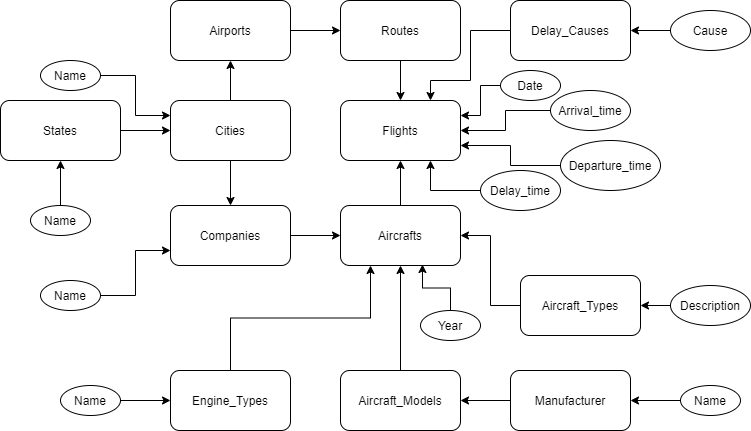
IgorMichels/Database keeps this draw.io diagram as TeX/Imagens/modelo conceitual.png. Above is the earlier version. Source tidied: cells renumbered, new cells last; positions are measured from the earlier drawing's top-left corner, leaving out a move shared by most shapes.
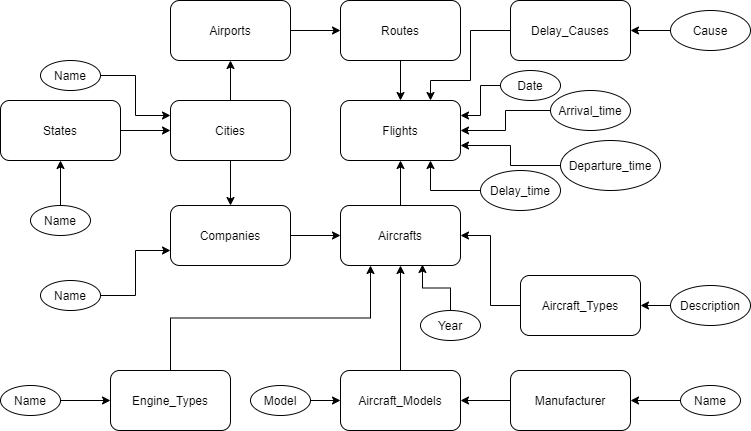
The same diagram one commit later.

The edit, as a diff of the source:
```diff
@@ -51,7 +51,7 @@
       <mxGeometry relative="1" as="geometry" />
     </mxCell>
     <mxCell id="16" value="Engine_Types" style="rounded=1;whiteSpace=wrap;html=1;" parent="1" vertex="1">
-      <mxGeometry x="170" y="370" width="120" height="60" as="geometry" />
+      <mxGeometry x="110" y="370" width="120" height="60" as="geometry" />
     </mxCell>
     <mxCell id="17" style="edgeStyle=orthogonalEdgeStyle;rounded=0;jettySize=auto;html=1;exitX=0.5;exitY=0;exitDx=0;exitDy=0;entryX=0.5;entryY=1;entryDx=0;entryDy=0;" parent="1" edge="1" source="18" target="14">
       <mxGeometry relative="1" as="geometry" />
@@ -102,7 +102,7 @@
       <mxGeometry relative="1" as="geometry" />
     </mxCell>
     <mxCell id="33" value="Name" style="ellipse;whiteSpace=wrap;html=1;" parent="1" vertex="1">
-      <mxGeometry x="60" y="385" width="60" height="30" as="geometry" />
+      <mxGeometry y="385" width="60" height="30" as="geometry" />
     </mxCell>
     <mxCell id="34" style="edgeStyle=orthogonalEdgeStyle;rounded=0;jettySize=auto;html=1;" parent="1" edge="1" source="35" target="20">
       <mxGeometry relative="1" as="geometry" />
@@ -152,5 +152,11 @@
     <mxCell id="49" value="Delay_time" style="ellipse;whiteSpace=wrap;html=1;" parent="1" vertex="1">
       <mxGeometry x="480" y="170" width="80" height="40" as="geometry" />
     </mxCell>
+    <mxCell id="50" style="edgeStyle=orthogonalEdgeStyle;rounded=0;jettySize=auto;html=1;exitX=1;exitY=0.5;exitDx=0;exitDy=0;entryX=0;entryY=0.5;entryDx=0;entryDy=0;" parent="1" edge="1" source="51" target="18">
+      <mxGeometry relative="1" as="geometry" />
+    </mxCell>
+    <mxCell id="51" value="Model" style="ellipse;whiteSpace=wrap;html=1;" parent="1" vertex="1">
+      <mxGeometry x="250" y="385" width="60" height="30" as="geometry" />
+    </mxCell>
   </root>
 </mxGraphModel>
```
